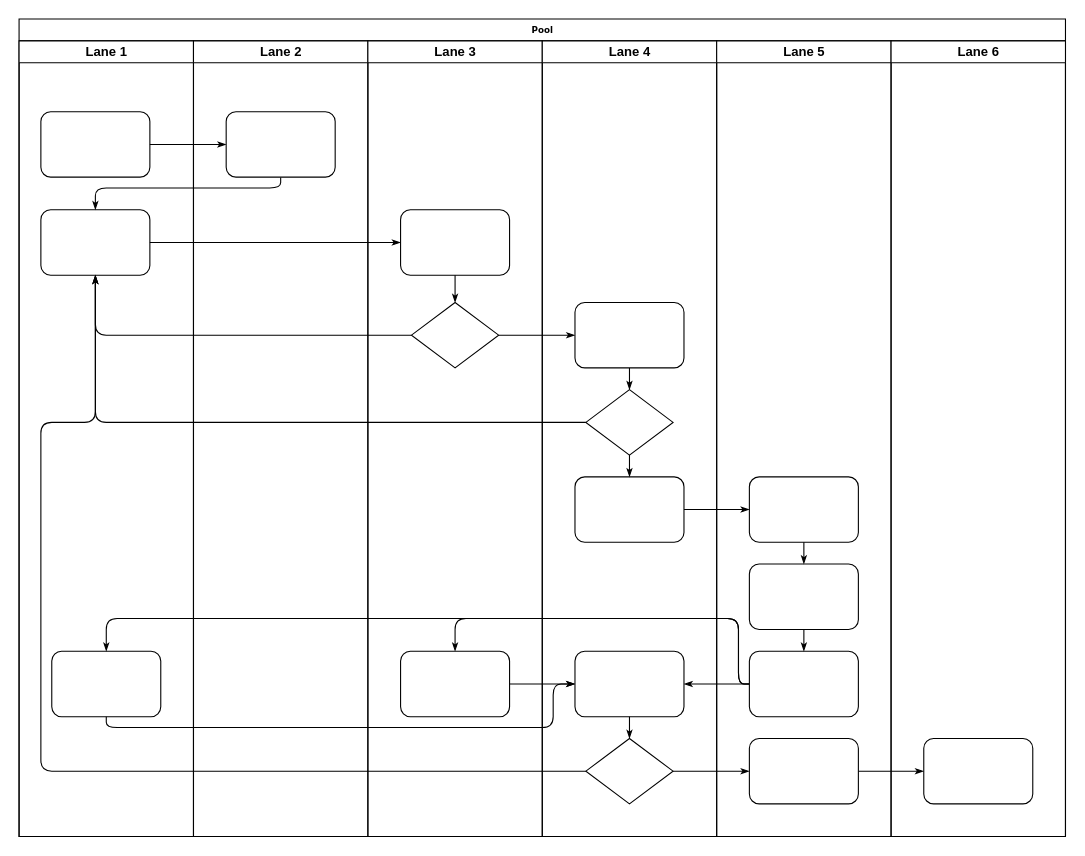
The draw.io diagram system-architecture-overview-dokto.drawio in SaadAAkash/solution-architecture-diagrams, before the edit. Source tidied: cells renumbered, new cells numbered last; positions are measured from the earlier drawing's top-left corner, leaving out a move shared by most shapes. Both pictures are drawn from the tidied source at 109%, with x=0, y=0 at pixel (19, 19).
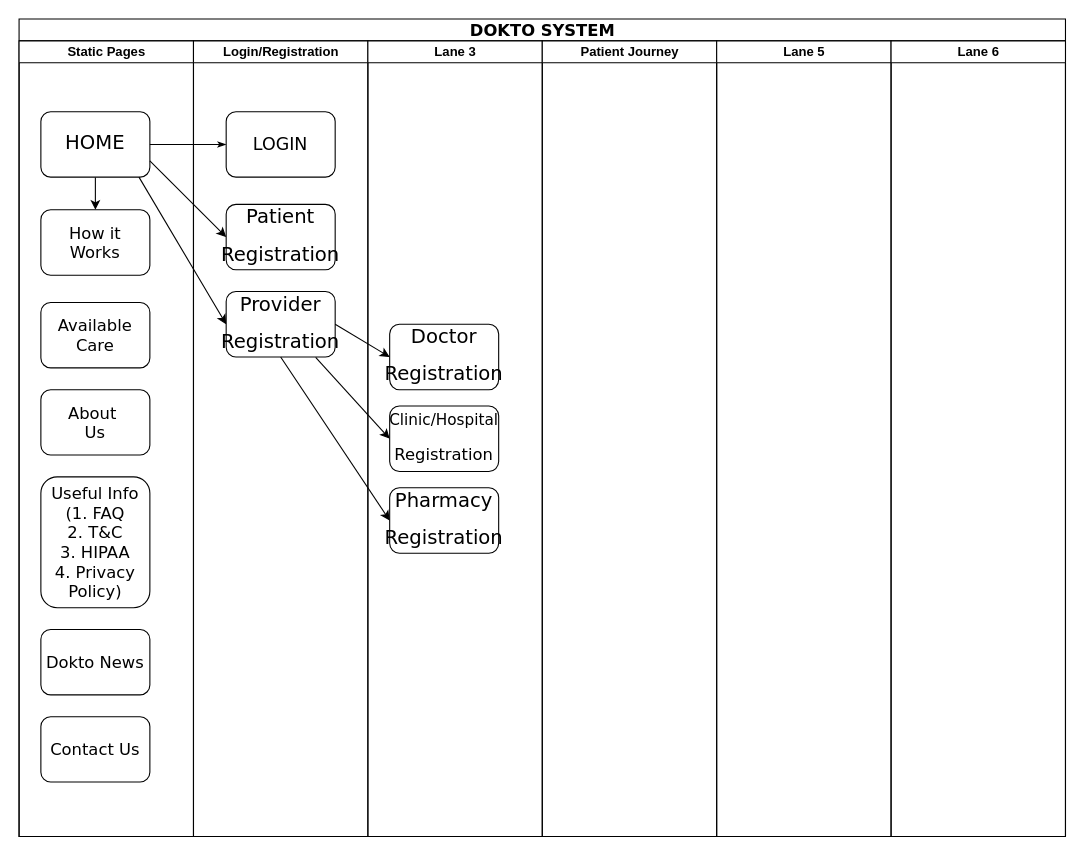
Above is the later version.

The change refers to these unchanged cells:
```xml
<mxCell id="24" value="Lane 3" style="swimlane;html=1;startSize=20;" parent="2" vertex="1">
  <mxGeometry x="320" y="20" width="160" height="730" as="geometry" />
</mxCell>
<mxCell id="38" value="Lane 5" style="swimlane;html=1;startSize=20;" parent="2" vertex="1">
  <mxGeometry x="640" y="20" width="160" height="730" as="geometry" />
</mxCell>
<mxCell id="45" value="Lane 6" style="swimlane;html=1;startSize=20;" parent="2" vertex="1">
  <mxGeometry x="800" y="20" width="160" height="730" as="geometry" />
</mxCell>
```

Change to the diagram source:
```diff
@@
-    <mxCell id="2" value="Pool" style="swimlane;html=1;startSize=20;rounded=0;shadow=0;labelBackgroundColor=none;strokeWidth=1;fontFamily=Verdana;fontSize=8;align=center;" parent="1" vertex="1">
+    <mxCell id="2" value="&lt;font style=&quot;font-size: 15px&quot;&gt;DOKTO SYSTEM&lt;/font&gt;" style="swimlane;html=1;startSize=20;rounded=0;shadow=0;labelBackgroundColor=none;strokeWidth=1;fontFamily=Verdana;fontSize=8;align=center;" parent="1" vertex="1">
       <mxGeometry width="960" height="750" as="geometry" />
     </mxCell>
-    <mxCell id="3" value="Lane 1" style="swimlane;html=1;startSize=20;" parent="2" vertex="1">
+    <mxCell id="3" value="Static Pages" style="swimlane;html=1;startSize=20;" parent="2" vertex="1">
       <mxGeometry y="20" width="160" height="730" as="geometry" />
     </mxCell>
+    <mxCell id="47" style="edgeStyle=orthogonalEdgeStyle;rounded=0;jettySize=auto;html=1;" parent="3" edge="1" source="4" target="5">
+      <mxGeometry relative="1" as="geometry" />
+    </mxCell>
-    <mxCell id="4" style="rounded=1;whiteSpace=wrap;html=1;shadow=0;labelBackgroundColor=none;strokeWidth=1;fontFamily=Verdana;fontSize=8;align=center;" parent="3" vertex="1">
+    <mxCell id="4" value="&lt;p style=&quot;line-height: 270%&quot;&gt;&lt;font style=&quot;font-size: 18px&quot;&gt;HOME&lt;/font&gt;&lt;/p&gt;" style="rounded=1;whiteSpace=wrap;html=1;shadow=0;labelBackgroundColor=none;strokeWidth=1;fontFamily=Verdana;fontSize=8;align=center;" parent="3" vertex="1">
       <mxGeometry x="20" y="65" width="100" height="60" as="geometry" />
     </mxCell>
-    <mxCell id="5" style="rounded=1;whiteSpace=wrap;html=1;shadow=0;labelBackgroundColor=none;strokeWidth=1;fontFamily=Verdana;fontSize=8;align=center;" parent="3" vertex="1">
+    <mxCell id="5" value="&lt;font style=&quot;font-size: 15px&quot;&gt;How it Works&lt;/font&gt;" style="rounded=1;whiteSpace=wrap;html=1;shadow=0;labelBackgroundColor=none;strokeWidth=1;fontFamily=Verdana;fontSize=8;align=center;" parent="3" vertex="1">
       <mxGeometry x="20" y="155" width="100" height="60" as="geometry" />
     </mxCell>
-    <mxCell id="6" style="rounded=1;whiteSpace=wrap;html=1;shadow=0;labelBackgroundColor=none;strokeWidth=1;fontFamily=Verdana;fontSize=8;align=center;" parent="3" vertex="1">
-      <mxGeometry x="30" y="560" width="100" height="60" as="geometry" />
-    </mxCell>
+    <mxCell id="48" value="&lt;font style=&quot;font-size: 15px&quot;&gt;Available&lt;br&gt;Care&lt;br&gt;&lt;/font&gt;" style="rounded=1;whiteSpace=wrap;html=1;shadow=0;labelBackgroundColor=none;strokeWidth=1;fontFamily=Verdana;fontSize=8;align=center;" parent="3" vertex="1">
+      <mxGeometry x="20" y="240" width="100" height="60" as="geometry" />
+    </mxCell>
+    <mxCell id="49" value="&lt;font style=&quot;font-size: 15px&quot;&gt;About&amp;nbsp;&lt;br&gt;Us&lt;br&gt;&lt;/font&gt;" style="rounded=1;whiteSpace=wrap;html=1;shadow=0;labelBackgroundColor=none;strokeWidth=1;fontFamily=Verdana;fontSize=8;align=center;" parent="3" vertex="1">
+      <mxGeometry x="20" y="320" width="100" height="60" as="geometry" />
+    </mxCell>
+    <mxCell id="50" value="&lt;font style=&quot;font-size: 15px&quot;&gt;Useful Info&lt;br&gt;(1. FAQ&lt;br&gt;2. T&amp;amp;C&lt;br&gt;3. HIPAA&lt;br&gt;4. Privacy Policy)&lt;br&gt;&lt;/font&gt;" style="rounded=1;whiteSpace=wrap;html=1;shadow=0;labelBackgroundColor=none;strokeWidth=1;fontFamily=Verdana;fontSize=8;align=center;" parent="3" vertex="1">
+      <mxGeometry x="20" y="400" width="100" height="120" as="geometry" />
+    </mxCell>
+    <mxCell id="51" value="&lt;font style=&quot;font-size: 15px&quot;&gt;Dokto News&lt;br&gt;&lt;/font&gt;" style="rounded=1;whiteSpace=wrap;html=1;shadow=0;labelBackgroundColor=none;strokeWidth=1;fontFamily=Verdana;fontSize=8;align=center;" parent="3" vertex="1">
+      <mxGeometry x="20" y="540" width="100" height="60" as="geometry" />
+    </mxCell>
@@
-    <mxCell id="8" style="edgeStyle=orthogonalEdgeStyle;rounded=1;html=1;labelBackgroundColor=none;startArrow=none;startFill=0;startSize=5;endArrow=classicThin;endFill=1;endSize=5;jettySize=auto;strokeWidth=1;fontFamily=Verdana;fontSize=8;" parent="2" edge="1" source="23" target="5">
-      <mxGeometry relative="1" as="geometry">
-        <Array as="points">
-          <mxPoint x="240" y="155" />
-          <mxPoint x="70" y="155" />
-        </Array>
-      </mxGeometry>
-    </mxCell>
-    <mxCell id="9" style="edgeStyle=orthogonalEdgeStyle;rounded=1;html=1;labelBackgroundColor=none;startArrow=none;startFill=0;startSize=5;endArrow=classicThin;endFill=1;endSize=5;jettySize=auto;strokeWidth=1;fontFamily=Verdana;fontSize=8;" parent="2" edge="1" source="5" target="25">
-      <mxGeometry relative="1" as="geometry" />
-    </mxCell>
-    <mxCell id="10" style="edgeStyle=orthogonalEdgeStyle;rounded=1;html=1;labelBackgroundColor=none;startArrow=none;startFill=0;startSize=5;endArrow=classicThin;endFill=1;endSize=5;jettySize=auto;strokeWidth=1;fontFamily=Verdana;fontSize=8;" parent="2" edge="1" source="26" target="5">
-      <mxGeometry relative="1" as="geometry" />
-    </mxCell>
-    <mxCell id="11" style="edgeStyle=orthogonalEdgeStyle;rounded=1;html=1;labelBackgroundColor=none;startArrow=none;startFill=0;startSize=5;endArrow=classicThin;endFill=1;endSize=5;jettySize=auto;strokeWidth=1;fontFamily=Verdana;fontSize=8;" parent="2" edge="1" source="31" target="5">
-      <mxGeometry relative="1" as="geometry" />
-    </mxCell>
-    <mxCell id="12" style="edgeStyle=orthogonalEdgeStyle;rounded=1;html=1;labelBackgroundColor=none;startArrow=none;startFill=0;startSize=5;endArrow=classicThin;endFill=1;endSize=5;jettySize=auto;strokeWidth=1;fontFamily=Verdana;fontSize=8;" parent="2" edge="1" source="34" target="5">
-      <mxGeometry relative="1" as="geometry">
-        <Array as="points">
-          <mxPoint x="20" y="690" />
-          <mxPoint x="20" y="370" />
-          <mxPoint x="70" y="370" />
-        </Array>
-      </mxGeometry>
-    </mxCell>
-    <mxCell id="13" style="edgeStyle=orthogonalEdgeStyle;rounded=1;html=1;labelBackgroundColor=none;startArrow=none;startFill=0;startSize=5;endArrow=classicThin;endFill=1;endSize=5;jettySize=auto;strokeWidth=1;fontFamily=Verdana;fontSize=8;" parent="2" edge="1" source="26" target="30">
-      <mxGeometry relative="1" as="geometry" />
-    </mxCell>
-    <mxCell id="14" style="edgeStyle=orthogonalEdgeStyle;rounded=1;html=1;labelBackgroundColor=none;startArrow=none;startFill=0;startSize=5;endArrow=classicThin;endFill=1;endSize=5;jettySize=auto;strokeWidth=1;fontFamily=Verdana;fontSize=8;" parent="2" edge="1" source="34" target="42">
-      <mxGeometry relative="1" as="geometry" />
-    </mxCell>
-    <mxCell id="15" style="edgeStyle=orthogonalEdgeStyle;rounded=1;html=1;labelBackgroundColor=none;startArrow=none;startFill=0;startSize=5;endArrow=classicThin;endFill=1;endSize=5;jettySize=auto;strokeWidth=1;fontFamily=Verdana;fontSize=8;" parent="2" edge="1" source="42" target="46">
-      <mxGeometry relative="1" as="geometry" />
-    </mxCell>
-    <mxCell id="16" style="edgeStyle=orthogonalEdgeStyle;rounded=1;html=1;labelBackgroundColor=none;startArrow=none;startFill=0;startSize=5;endArrow=classicThin;endFill=1;endSize=5;jettySize=auto;strokeWidth=1;fontFamily=Verdana;fontSize=8;" parent="2" edge="1" source="32" target="39">
-      <mxGeometry relative="1" as="geometry" />
-    </mxCell>
-    <mxCell id="17" style="edgeStyle=orthogonalEdgeStyle;rounded=1;html=1;labelBackgroundColor=none;startArrow=none;startFill=0;startSize=5;endArrow=classicThin;endFill=1;endSize=5;jettySize=auto;strokeWidth=1;fontFamily=Verdana;fontSize=8;" parent="2" edge="1" source="41" target="27">
-      <mxGeometry relative="1" as="geometry">
-        <Array as="points">
-          <mxPoint x="660" y="610" />
-          <mxPoint x="660" y="550" />
-          <mxPoint x="400" y="550" />
-        </Array>
-      </mxGeometry>
-    </mxCell>
-    <mxCell id="18" style="edgeStyle=orthogonalEdgeStyle;rounded=1;html=1;labelBackgroundColor=none;startArrow=none;startFill=0;startSize=5;endArrow=classicThin;endFill=1;endSize=5;jettySize=auto;strokeColor=#000000;strokeWidth=1;fontFamily=Verdana;fontSize=8;fontColor=#000000;" parent="2" edge="1" source="41" target="33">
-      <mxGeometry relative="1" as="geometry" />
-    </mxCell>
-    <mxCell id="19" style="edgeStyle=orthogonalEdgeStyle;rounded=1;html=1;labelBackgroundColor=none;startArrow=none;startFill=0;startSize=5;endArrow=classicThin;endFill=1;endSize=5;jettySize=auto;strokeWidth=1;fontFamily=Verdana;fontSize=8;" parent="2" edge="1" source="41" target="6">
-      <mxGeometry relative="1" as="geometry">
-        <Array as="points">
-          <mxPoint x="660" y="610" />
-          <mxPoint x="660" y="550" />
-          <mxPoint x="80" y="550" />
-        </Array>
-      </mxGeometry>
-    </mxCell>
-    <mxCell id="20" style="edgeStyle=orthogonalEdgeStyle;rounded=1;html=1;labelBackgroundColor=none;startArrow=none;startFill=0;startSize=5;endArrow=classicThin;endFill=1;endSize=5;jettySize=auto;strokeWidth=1;fontFamily=Verdana;fontSize=8;" parent="2" edge="1" source="6" target="33">
-      <mxGeometry relative="1" as="geometry">
-        <Array as="points">
-          <mxPoint x="80" y="650" />
-          <mxPoint x="490" y="650" />
-          <mxPoint x="490" y="610" />
-        </Array>
-      </mxGeometry>
-    </mxCell>
-    <mxCell id="21" style="edgeStyle=orthogonalEdgeStyle;rounded=1;html=1;labelBackgroundColor=none;startArrow=none;startFill=0;startSize=5;endArrow=classicThin;endFill=1;endSize=5;jettySize=auto;strokeWidth=1;fontFamily=Verdana;fontSize=8;" parent="2" edge="1" source="27" target="33">
-      <mxGeometry relative="1" as="geometry" />
-    </mxCell>
-    <mxCell id="22" value="Lane 2" style="swimlane;html=1;startSize=20;" parent="2" vertex="1">
+    <mxCell id="22" value="Login/Registration" style="swimlane;html=1;startSize=20;" parent="2" vertex="1">
       <mxGeometry x="160" y="20" width="160" height="730" as="geometry" />
     </mxCell>
-    <mxCell id="23" style="rounded=1;whiteSpace=wrap;html=1;shadow=0;labelBackgroundColor=none;strokeWidth=1;fontFamily=Verdana;fontSize=8;align=center;" parent="22" vertex="1">
+    <mxCell id="23" value="&lt;font style=&quot;font-size: 16px&quot;&gt;LOGIN&lt;/font&gt;" style="rounded=1;whiteSpace=wrap;html=1;shadow=0;labelBackgroundColor=none;strokeWidth=1;fontFamily=Verdana;fontSize=8;align=center;" parent="22" vertex="1">
       <mxGeometry x="30" y="65" width="100" height="60" as="geometry" />
     </mxCell>
+    <mxCell id="52" value="&lt;p style=&quot;line-height: 270%&quot;&gt;&lt;font style=&quot;font-size: 18px&quot;&gt;Patient&lt;/font&gt;&lt;/p&gt;&lt;p style=&quot;line-height: 270%&quot;&gt;&lt;font style=&quot;font-size: 18px&quot;&gt;Registration&lt;/font&gt;&lt;/p&gt;" style="rounded=1;whiteSpace=wrap;html=1;shadow=0;labelBackgroundColor=none;strokeWidth=1;fontFamily=Verdana;fontSize=8;align=center;" parent="22" vertex="1">
+      <mxGeometry x="30" y="150" width="100" height="60" as="geometry" />
+    </mxCell>
+    <mxCell id="53" value="&lt;p style=&quot;line-height: 270%&quot;&gt;&lt;font style=&quot;font-size: 18px&quot;&gt;Provider&lt;/font&gt;&lt;/p&gt;&lt;p style=&quot;line-height: 270%&quot;&gt;&lt;font style=&quot;font-size: 18px&quot;&gt;Registration&lt;/font&gt;&lt;/p&gt;" style="rounded=1;whiteSpace=wrap;html=1;shadow=0;labelBackgroundColor=none;strokeWidth=1;fontFamily=Verdana;fontSize=8;align=center;" parent="22" vertex="1">
+      <mxGeometry x="30" y="230" width="100" height="60" as="geometry" />
+    </mxCell>
@@
-    <mxCell id="25" style="rounded=1;whiteSpace=wrap;html=1;shadow=0;labelBackgroundColor=none;strokeWidth=1;fontFamily=Verdana;fontSize=8;align=center;" parent="24" vertex="1">
-      <mxGeometry x="30" y="155" width="100" height="60" as="geometry" />
-    </mxCell>
-    <mxCell id="26" style="rhombus;whiteSpace=wrap;html=1;rounded=0;shadow=0;labelBackgroundColor=none;strokeWidth=1;fontFamily=Verdana;fontSize=8;align=center;" parent="24" vertex="1">
-      <mxGeometry x="40" y="240" width="80" height="60" as="geometry" />
-    </mxCell>
-    <mxCell id="27" style="rounded=1;whiteSpace=wrap;html=1;shadow=0;labelBackgroundColor=none;strokeWidth=1;fontFamily=Verdana;fontSize=8;align=center;" parent="24" vertex="1">
-      <mxGeometry x="30" y="560" width="100" height="60" as="geometry" />
-    </mxCell>
-    <mxCell id="28" style="edgeStyle=orthogonalEdgeStyle;rounded=1;html=1;labelBackgroundColor=none;startArrow=none;startFill=0;startSize=5;endArrow=classicThin;endFill=1;endSize=5;jettySize=auto;strokeWidth=1;fontFamily=Verdana;fontSize=8;" parent="24" edge="1" source="25" target="26">
-      <mxGeometry relative="1" as="geometry" />
-    </mxCell>
+    <mxCell id="54" value="&lt;p style=&quot;line-height: 270%&quot;&gt;&lt;span style=&quot;font-size: 14px&quot;&gt;Clinic/Hospital&lt;/span&gt;&lt;/p&gt;&lt;p style=&quot;line-height: 270%&quot;&gt;&lt;font style=&quot;font-size: 15px&quot;&gt;Registration&lt;/font&gt;&lt;/p&gt;" style="rounded=1;whiteSpace=wrap;html=1;shadow=0;labelBackgroundColor=none;strokeWidth=1;fontFamily=Verdana;fontSize=8;align=center;" parent="24" vertex="1">
+      <mxGeometry x="20" y="335" width="100" height="60" as="geometry" />
+    </mxCell>
+    <mxCell id="55" value="&lt;p style=&quot;line-height: 270%&quot;&gt;&lt;font style=&quot;font-size: 18px&quot;&gt;Doctor&lt;/font&gt;&lt;/p&gt;&lt;p style=&quot;line-height: 270%&quot;&gt;&lt;font style=&quot;font-size: 18px&quot;&gt;Registration&lt;/font&gt;&lt;/p&gt;" style="rounded=1;whiteSpace=wrap;html=1;shadow=0;labelBackgroundColor=none;strokeWidth=1;fontFamily=Verdana;fontSize=8;align=center;" parent="24" vertex="1">
+      <mxGeometry x="20" y="260" width="100" height="60" as="geometry" />
+    </mxCell>
+    <mxCell id="56" value="&lt;p style=&quot;line-height: 270%&quot;&gt;&lt;font style=&quot;font-size: 18px&quot;&gt;Pharmacy&lt;/font&gt;&lt;/p&gt;&lt;p style=&quot;line-height: 270%&quot;&gt;&lt;font style=&quot;font-size: 18px&quot;&gt;Registration&lt;/font&gt;&lt;/p&gt;" style="rounded=1;whiteSpace=wrap;html=1;shadow=0;labelBackgroundColor=none;strokeWidth=1;fontFamily=Verdana;fontSize=8;align=center;" parent="24" vertex="1">
+      <mxGeometry x="20" y="410" width="100" height="60" as="geometry" />
+    </mxCell>
-    <mxCell id="29" value="Lane 4" style="swimlane;html=1;startSize=20;" parent="2" vertex="1">
+    <mxCell id="29" value="Patient Journey" style="swimlane;html=1;startSize=20;" parent="2" vertex="1">
       <mxGeometry x="480" y="20" width="160" height="730" as="geometry" />
     </mxCell>
-    <mxCell id="30" style="rounded=1;whiteSpace=wrap;html=1;shadow=0;labelBackgroundColor=none;strokeWidth=1;fontFamily=Verdana;fontSize=8;align=center;" parent="29" vertex="1">
-      <mxGeometry x="30" y="240" width="100" height="60" as="geometry" />
-    </mxCell>
-    <mxCell id="31" style="rhombus;whiteSpace=wrap;html=1;rounded=0;shadow=0;labelBackgroundColor=none;strokeWidth=1;fontFamily=Verdana;fontSize=8;align=center;" parent="29" vertex="1">
-      <mxGeometry x="40" y="320" width="80" height="60" as="geometry" />
-    </mxCell>
-    <mxCell id="32" style="rounded=1;whiteSpace=wrap;html=1;shadow=0;labelBackgroundColor=none;strokeWidth=1;fontFamily=Verdana;fontSize=8;align=center;" parent="29" vertex="1">
-      <mxGeometry x="30" y="400" width="100" height="60" as="geometry" />
-    </mxCell>
-    <mxCell id="33" style="rounded=1;whiteSpace=wrap;html=1;shadow=0;labelBackgroundColor=none;strokeWidth=1;fontFamily=Verdana;fontSize=8;align=center;" parent="29" vertex="1">
-      <mxGeometry x="30" y="560" width="100" height="60" as="geometry" />
-    </mxCell>
-    <mxCell id="34" style="rhombus;whiteSpace=wrap;html=1;rounded=0;shadow=0;labelBackgroundColor=none;strokeWidth=1;fontFamily=Verdana;fontSize=8;align=center;" parent="29" vertex="1">
-      <mxGeometry x="40" y="640" width="80" height="60" as="geometry" />
-    </mxCell>
-    <mxCell id="35" style="edgeStyle=orthogonalEdgeStyle;rounded=1;html=1;labelBackgroundColor=none;startArrow=none;startFill=0;startSize=5;endArrow=classicThin;endFill=1;endSize=5;jettySize=auto;strokeColor=#000000;strokeWidth=1;fontFamily=Verdana;fontSize=8;fontColor=#000000;" parent="29" edge="1" source="30" target="31">
-      <mxGeometry relative="1" as="geometry" />
-    </mxCell>
-    <mxCell id="36" style="edgeStyle=orthogonalEdgeStyle;rounded=1;html=1;labelBackgroundColor=none;startArrow=none;startFill=0;startSize=5;endArrow=classicThin;endFill=1;endSize=5;jettySize=auto;strokeWidth=1;fontFamily=Verdana;fontSize=8;" parent="29" edge="1" source="31" target="32">
-      <mxGeometry relative="1" as="geometry" />
-    </mxCell>
-    <mxCell id="37" style="edgeStyle=orthogonalEdgeStyle;rounded=1;html=1;labelBackgroundColor=none;startArrow=none;startFill=0;startSize=5;endArrow=classicThin;endFill=1;endSize=5;jettySize=auto;strokeWidth=1;fontFamily=Verdana;fontSize=8;" parent="29" edge="1" source="33" target="34">
-      <mxGeometry relative="1" as="geometry" />
-    </mxCell>
@@
-    <mxCell id="39" style="rounded=1;whiteSpace=wrap;html=1;shadow=0;labelBackgroundColor=none;strokeWidth=1;fontFamily=Verdana;fontSize=8;align=center;" parent="38" vertex="1">
-      <mxGeometry x="30" y="400" width="100" height="60" as="geometry" />
-    </mxCell>
-    <mxCell id="40" style="rounded=1;whiteSpace=wrap;html=1;shadow=0;labelBackgroundColor=none;strokeWidth=1;fontFamily=Verdana;fontSize=8;align=center;" parent="38" vertex="1">
-      <mxGeometry x="30" y="480" width="100" height="60" as="geometry" />
-    </mxCell>
-    <mxCell id="41" style="rounded=1;whiteSpace=wrap;html=1;shadow=0;labelBackgroundColor=none;strokeWidth=1;fontFamily=Verdana;fontSize=8;align=center;" parent="38" vertex="1">
-      <mxGeometry x="30" y="560" width="100" height="60" as="geometry" />
-    </mxCell>
-    <mxCell id="42" style="rounded=1;whiteSpace=wrap;html=1;shadow=0;labelBackgroundColor=none;strokeWidth=1;fontFamily=Verdana;fontSize=8;align=center;" parent="38" vertex="1">
-      <mxGeometry x="30" y="640" width="100" height="60" as="geometry" />
-    </mxCell>
-    <mxCell id="43" style="edgeStyle=orthogonalEdgeStyle;rounded=1;html=1;labelBackgroundColor=none;startArrow=none;startFill=0;startSize=5;endArrow=classicThin;endFill=1;endSize=5;jettySize=auto;strokeWidth=1;fontFamily=Verdana;fontSize=8;" parent="38" edge="1" source="39" target="40">
-      <mxGeometry relative="1" as="geometry" />
-    </mxCell>
-    <mxCell id="44" style="edgeStyle=orthogonalEdgeStyle;rounded=1;html=1;labelBackgroundColor=none;startArrow=none;startFill=0;startSize=5;endArrow=classicThin;endFill=1;endSize=5;jettySize=auto;strokeWidth=1;fontFamily=Verdana;fontSize=8;" parent="38" edge="1" source="40" target="41">
-      <mxGeometry relative="1" as="geometry" />
-    </mxCell>
@@
-    <mxCell id="46" style="rounded=1;whiteSpace=wrap;html=1;shadow=0;labelBackgroundColor=none;strokeWidth=1;fontFamily=Verdana;fontSize=8;align=center;" parent="45" vertex="1">
-      <mxGeometry x="30" y="640" width="100" height="60" as="geometry" />
-    </mxCell>
+    <mxCell id="57" style="endArrow=classic;html=1;exitX=1;exitY=0.75;exitDx=0;exitDy=0;entryX=0;entryY=0.5;entryDx=0;entryDy=0;" parent="2" edge="1" source="4" target="52">
+      <mxGeometry relative="1" as="geometry" />
+    </mxCell>
+    <mxCell id="58" style="endArrow=classic;html=1;entryX=0;entryY=0.5;entryDx=0;entryDy=0;" parent="2" edge="1" target="53">
+      <mxGeometry relative="1" as="geometry">
+        <mxPoint x="110" y="145" as="sourcePoint" />
+      </mxGeometry>
+    </mxCell>
+    <mxCell id="59" style="endArrow=classic;html=1;exitX=1;exitY=0.5;exitDx=0;exitDy=0;entryX=0;entryY=0.5;entryDx=0;entryDy=0;" parent="2" edge="1" source="53" target="55">
+      <mxGeometry relative="1" as="geometry" />
+    </mxCell>
+    <mxCell id="60" style="endArrow=classic;html=1;entryX=0;entryY=0.5;entryDx=0;entryDy=0;exitX=0.821;exitY=1.006;exitDx=0;exitDy=0;exitPerimeter=0;" parent="2" edge="1" source="53" target="54">
+      <mxGeometry relative="1" as="geometry" />
+    </mxCell>
+    <mxCell id="61" style="endArrow=classic;html=1;exitX=0.5;exitY=1;exitDx=0;exitDy=0;entryX=0;entryY=0.5;entryDx=0;entryDy=0;" parent="2" edge="1" source="53" target="56">
+      <mxGeometry relative="1" as="geometry" />
+    </mxCell>
+    <mxCell id="62" value="&lt;font style=&quot;font-size: 15px&quot;&gt;Contact Us&lt;br&gt;&lt;/font&gt;" style="rounded=1;whiteSpace=wrap;html=1;shadow=0;labelBackgroundColor=none;strokeWidth=1;fontFamily=Verdana;fontSize=8;align=center;" parent="1" vertex="1">
+      <mxGeometry x="20" y="640" width="100" height="60" as="geometry" />
+    </mxCell>
```
